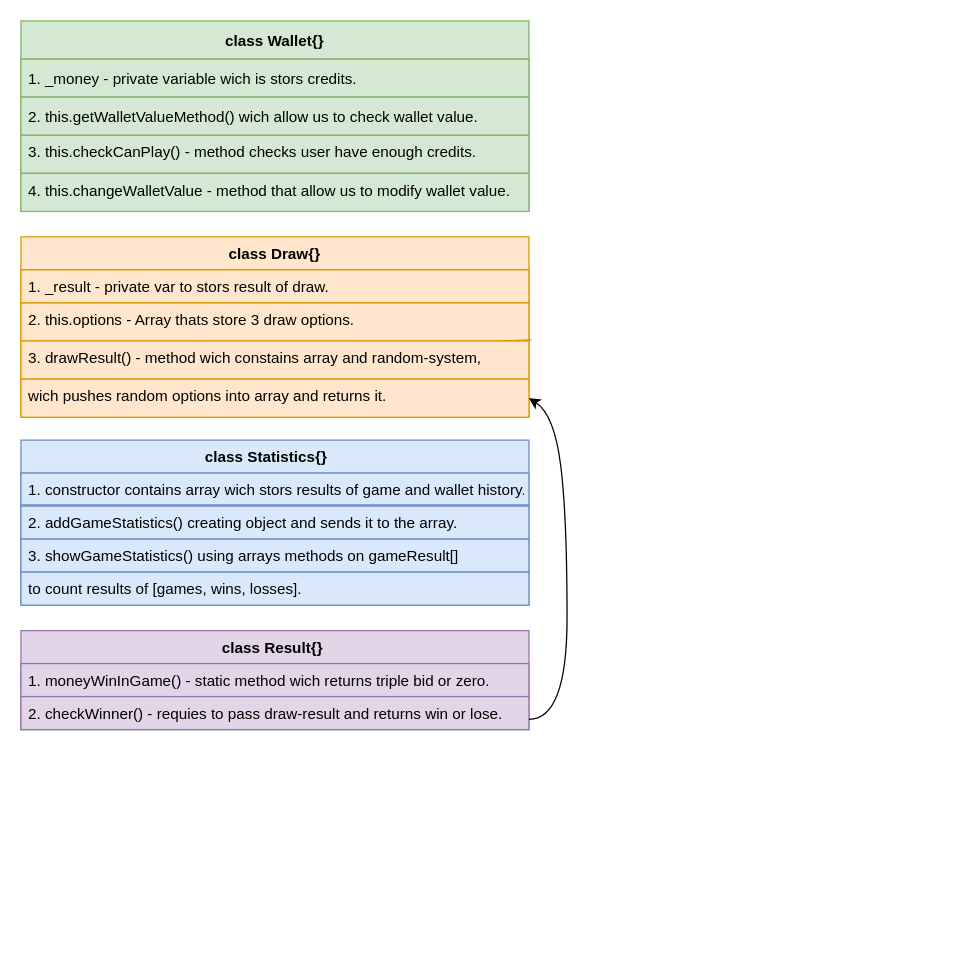
NoxaGen/one-handed-bandit keeps this draw.io diagram as Untitled Diagram.drawio. Above is the earlier version. Source tidied: cells renumbered, new cells numbered last; positions are measured from the earlier drawing's top-left corner, leaving out a move shared by most shapes. Both pictures are drawn from the tidied source at 127%, with x=0, y=0 at pixel (20, 20).
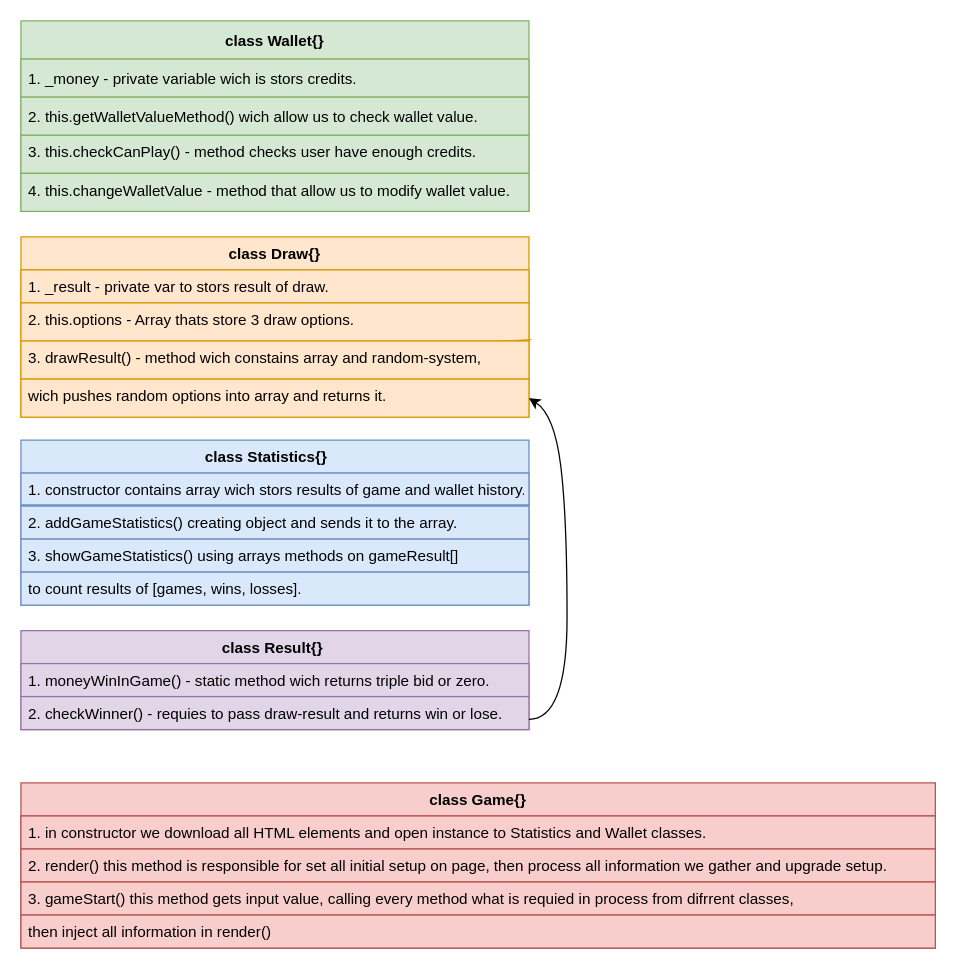
Above is the later version.

Commit message:
added Game to the diagram

Diff of the diagram source:
```diff
@@
+    <mxCell id="23" value="class Game{}" style="swimlane;fontStyle=1;align=center;verticalAlign=top;horizontal=1;startSize=26;rounded=0;sketch=0;fontSize=12;fillColor=#f8cecc;strokeColor=#b85450;" parent="1" vertex="1">
+      <mxGeometry y="600" width="720" height="130" as="geometry" />
+    </mxCell>
+    <mxCell id="24" value="1. in constructor we download all HTML elements and open instance to Statistics and Wallet classes." style="text;strokeColor=#b85450;fillColor=#f8cecc;align=left;verticalAlign=top;spacingLeft=4;spacingRight=4;overflow=hidden;rounded=0;sketch=0;fontSize=12;" parent="23" vertex="1">
+      <mxGeometry y="26" width="720" height="26" as="geometry" />
+    </mxCell>
+    <mxCell id="25" value="2. render() this method is responsible for set all initial setup on page, then process all information we gather and upgrade setup." style="text;strokeColor=#b85450;fillColor=#f8cecc;align=left;verticalAlign=top;spacingLeft=4;spacingRight=4;overflow=hidden;rounded=0;sketch=0;fontSize=12;" parent="23" vertex="1">
+      <mxGeometry y="52" width="720" height="26" as="geometry" />
+    </mxCell>
+    <mxCell id="26" value="3. gameStart() this method gets input value, calling every method what is requied in process from difrrent classes, " style="text;strokeColor=#b85450;fillColor=#f8cecc;align=left;verticalAlign=top;spacingLeft=4;spacingRight=4;overflow=hidden;rounded=0;sketch=0;fontSize=12;" parent="23" vertex="1">
+      <mxGeometry y="78" width="720" height="26" as="geometry" />
+    </mxCell>
+    <mxCell id="27" value="then inject all information in render() " style="text;strokeColor=#b85450;fillColor=#f8cecc;align=left;verticalAlign=top;spacingLeft=4;spacingRight=4;overflow=hidden;rounded=0;sketch=0;fontSize=12;" parent="23" vertex="1">
+      <mxGeometry y="104" width="720" height="26" as="geometry" />
+    </mxCell>
```
